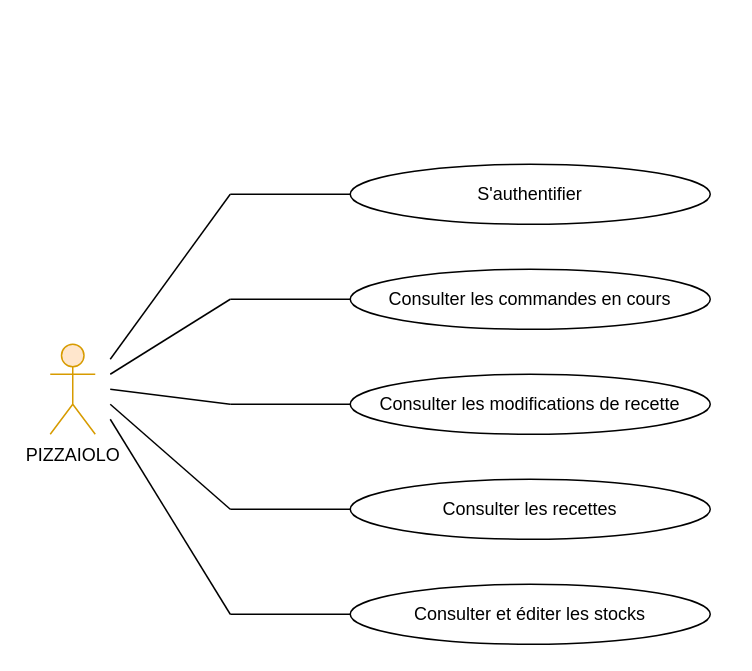
Earlier version of the draw.io diagram Pizzaiolo.drawio (OMorlotti/P4-analyser-les-besoin-de-mon-client-pour-son-groupe-de-pizzerias). Source tidied: cells renumbered, new cells numbered last; positions are measured from the earlier drawing's top-left corner, leaving out a move shared by most shapes. Both pictures are drawn from the tidied source at 150%, with x=0, y=0 at pixel (50, 164).
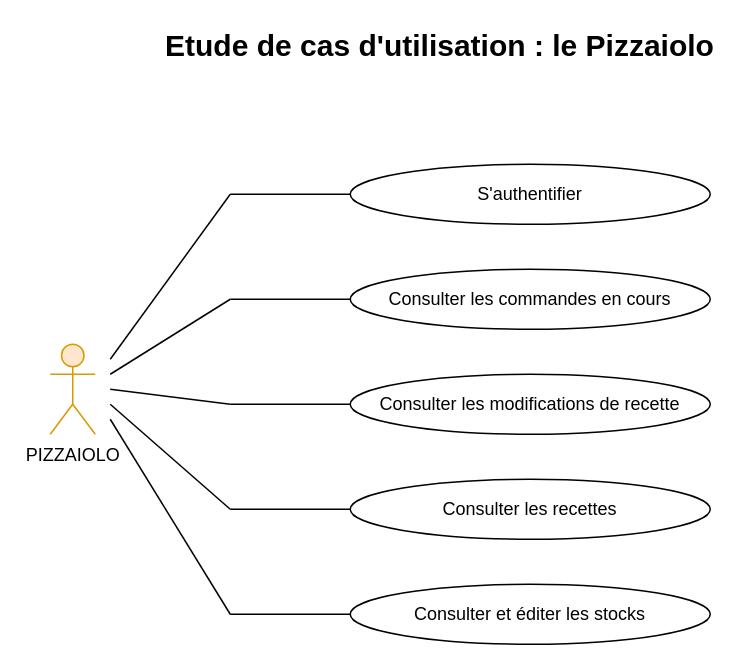
The same page after the edit.

What changed in the source:
```diff
@@
+    <mxCell id="18" value="&lt;b style=&quot;font-size: 20px&quot;&gt;Etude de cas d'utilisation : le Pizzaiolo&lt;/b&gt;" style="text;html=1;strokeColor=none;fillColor=none;align=center;verticalAlign=middle;whiteSpace=wrap;rounded=0;" parent="1" vertex="1">
+      <mxGeometry x="70" y="-90" width="380" height="20" as="geometry" />
+    </mxCell>
```
